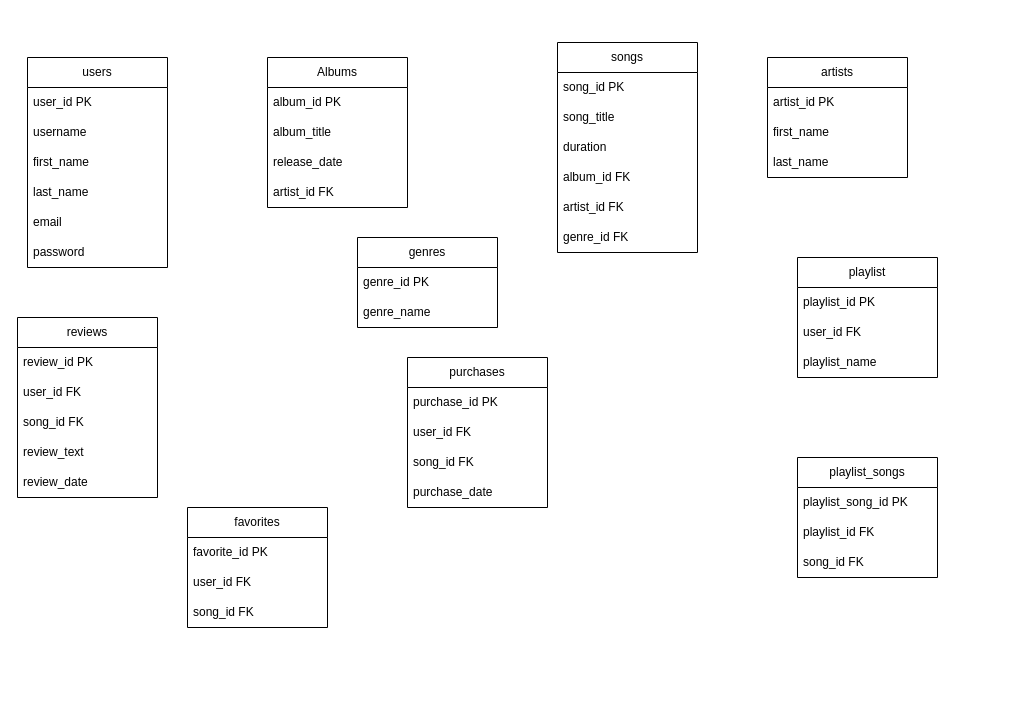
Above: db_project.drawio in MubarakBu/DB_PROJECT (draw.io), before the change. Source tidied: cells renumbered, new cells numbered last; positions are measured from the earlier drawing's top-left corner, leaving out a move shared by most shapes. Both pictures are drawn from the tidied source at 100%, with x=0, y=0 at pixel (17, 42).
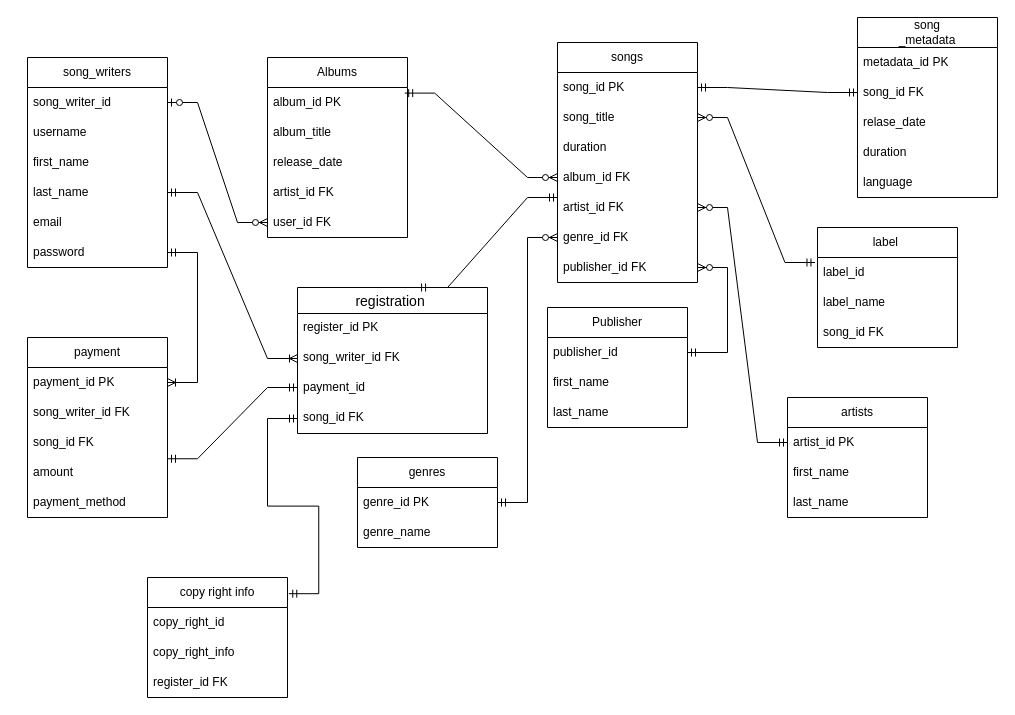
Above is the later version.

Unchanged cells that the change refers to:
```xml
<mxCell id="6" value="last_name" style="text;strokeColor=none;fillColor=none;align=left;verticalAlign=middle;spacingLeft=4;spacingRight=4;overflow=hidden;points=[[0,0.5],[1,0.5]];portConstraint=eastwest;whiteSpace=wrap;html=1;imageHeight=24;" parent="2" vertex="1">
  <mxGeometry y="120" width="140" height="30" as="geometry" />
</mxCell>
<mxCell id="8" value="password" style="text;strokeColor=none;fillColor=none;align=left;verticalAlign=middle;spacingLeft=4;spacingRight=4;overflow=hidden;points=[[0,0.5],[1,0.5]];portConstraint=eastwest;whiteSpace=wrap;html=1;imageHeight=24;" parent="2" vertex="1">
  <mxGeometry y="180" width="140" height="30" as="geometry" />
</mxCell>
<mxCell id="10" value="album_id PK" style="text;strokeColor=none;fillColor=none;align=left;verticalAlign=middle;spacingLeft=4;spacingRight=4;overflow=hidden;points=[[0,0.5],[1,0.5]];portConstraint=eastwest;whiteSpace=wrap;html=1;" parent="9" vertex="1">
  <mxGeometry y="30" width="140" height="30" as="geometry" />
</mxCell>
<mxCell id="15" value="song_id PK" style="text;strokeColor=none;fillColor=none;align=left;verticalAlign=middle;spacingLeft=4;spacingRight=4;overflow=hidden;points=[[0,0.5],[1,0.5]];portConstraint=eastwest;whiteSpace=wrap;html=1;" parent="14" vertex="1">
  <mxGeometry y="30" width="140" height="30" as="geometry" />
</mxCell>
<mxCell id="16" value="song_title" style="text;strokeColor=none;fillColor=none;align=left;verticalAlign=middle;spacingLeft=4;spacingRight=4;overflow=hidden;points=[[0,0.5],[1,0.5]];portConstraint=eastwest;whiteSpace=wrap;html=1;" parent="14" vertex="1">
  <mxGeometry y="60" width="140" height="30" as="geometry" />
</mxCell>
<mxCell id="18" value="album_id FK" style="text;strokeColor=none;fillColor=none;align=left;verticalAlign=middle;spacingLeft=4;spacingRight=4;overflow=hidden;points=[[0,0.5],[1,0.5]];portConstraint=eastwest;whiteSpace=wrap;html=1;" parent="14" vertex="1">
  <mxGeometry y="120" width="140" height="30" as="geometry" />
</mxCell>
<mxCell id="19" value="artist_id FK" style="text;strokeColor=none;fillColor=none;align=left;verticalAlign=middle;spacingLeft=4;spacingRight=4;overflow=hidden;points=[[0,0.5],[1,0.5]];portConstraint=eastwest;whiteSpace=wrap;html=1;" parent="14" vertex="1">
  <mxGeometry y="150" width="140" height="30" as="geometry" />
</mxCell>
<mxCell id="33" value="artist_id PK" style="text;strokeColor=none;fillColor=none;align=left;verticalAlign=middle;spacingLeft=4;spacingRight=4;overflow=hidden;points=[[0,0.5],[1,0.5]];portConstraint=eastwest;whiteSpace=wrap;html=1;" parent="32" vertex="1">
  <mxGeometry y="30" width="140" height="30" as="geometry" />
</mxCell>
<mxCell id="41" value="genre_id PK" style="text;strokeColor=none;fillColor=none;align=left;verticalAlign=middle;spacingLeft=4;spacingRight=4;overflow=hidden;points=[[0,0.5],[1,0.5]];portConstraint=eastwest;whiteSpace=wrap;html=1;" parent="40" vertex="1">
  <mxGeometry y="30" width="140" height="30" as="geometry" />
</mxCell>
```

What changed in the source:
```diff
@@
-    <mxCell id="2" value="users" style="swimlane;fontStyle=0;horizontal=1;startSize=30;whiteSpace=wrap;html=1;" parent="1" vertex="1">
+    <mxCell id="2" value="song_writers" style="swimlane;fontStyle=0;horizontal=1;startSize=30;whiteSpace=wrap;html=1;" parent="1" vertex="1">
       <mxGeometry x="10" y="15" width="140" height="210" as="geometry" />
     </mxCell>
-    <mxCell id="3" value="user_id PK" style="text;strokeColor=none;fillColor=none;align=left;verticalAlign=middle;spacingLeft=4;spacingRight=4;overflow=hidden;points=[[0,0.5],[1,0.5]];portConstraint=eastwest;whiteSpace=wrap;html=1;" parent="2" vertex="1">
+    <mxCell id="3" value="song_writer_id" style="text;strokeColor=none;fillColor=none;align=left;verticalAlign=middle;spacingLeft=4;spacingRight=4;overflow=hidden;points=[[0,0.5],[1,0.5]];portConstraint=eastwest;whiteSpace=wrap;html=1;" parent="2" vertex="1">
       <mxGeometry y="30" width="140" height="30" as="geometry" />
     </mxCell>
@@
     <mxCell id="9" value="Albums" style="swimlane;fontStyle=0;horizontal=1;startSize=30;whiteSpace=wrap;html=1;" parent="1" vertex="1">
-      <mxGeometry x="250" y="15" width="140" height="150" as="geometry" />
+      <mxGeometry x="250" y="15" width="140" height="180" as="geometry" />
     </mxCell>
@@
+    <mxCell id="51" value="user_id FK" style="text;strokeColor=none;fillColor=none;align=left;verticalAlign=middle;spacingLeft=4;spacingRight=4;overflow=hidden;points=[[0,0.5],[1,0.5]];portConstraint=eastwest;whiteSpace=wrap;html=1;" parent="9" vertex="1">
+      <mxGeometry y="150" width="140" height="30" as="geometry" />
+    </mxCell>
     <mxCell id="14" value="songs" style="swimlane;fontStyle=0;horizontal=1;startSize=30;whiteSpace=wrap;html=1;" parent="1" vertex="1">
-      <mxGeometry x="540" width="140" height="210" as="geometry" />
+      <mxGeometry x="540" width="140" height="240" as="geometry" />
     </mxCell>
@@
-    <mxCell id="21" value="reviews" style="swimlane;fontStyle=0;horizontal=1;startSize=30;whiteSpace=wrap;html=1;" parent="1" vertex="1">
-      <mxGeometry y="275" width="140" height="180" as="geometry" />
-    </mxCell>
-    <mxCell id="22" value="review_id PK" style="text;strokeColor=none;fillColor=none;align=left;verticalAlign=middle;spacingLeft=4;spacingRight=4;overflow=hidden;whiteSpace=wrap;html=1;" parent="21" vertex="1">
-      <mxGeometry y="30" width="140" height="30" as="geometry" />
-    </mxCell>
-    <mxCell id="23" value="user_id FK" style="text;strokeColor=none;fillColor=none;align=left;verticalAlign=middle;spacingLeft=4;spacingRight=4;overflow=hidden;whiteSpace=wrap;html=1;" parent="21" vertex="1">
-      <mxGeometry y="60" width="140" height="30" as="geometry" />
-    </mxCell>
-    <mxCell id="24" value="song_id FK" style="text;strokeColor=none;fillColor=none;align=left;verticalAlign=middle;spacingLeft=4;spacingRight=4;overflow=hidden;whiteSpace=wrap;html=1;" parent="21" vertex="1">
-      <mxGeometry y="90" width="140" height="30" as="geometry" />
-    </mxCell>
-    <mxCell id="25" value="review_text" style="text;strokeColor=none;fillColor=none;align=left;verticalAlign=middle;spacingLeft=4;spacingRight=4;overflow=hidden;whiteSpace=wrap;html=1;" parent="21" vertex="1">
-      <mxGeometry y="120" width="140" height="30" as="geometry" />
-    </mxCell>
-    <mxCell id="26" value="review_date" style="text;strokeColor=none;fillColor=none;align=left;verticalAlign=middle;spacingLeft=4;spacingRight=4;overflow=hidden;whiteSpace=wrap;html=1;" parent="21" vertex="1">
-      <mxGeometry y="150" width="140" height="30" as="geometry" />
-    </mxCell>
+    <mxCell id="52" value="publisher_id FK" style="text;strokeColor=none;fillColor=none;align=left;verticalAlign=middle;spacingLeft=4;spacingRight=4;overflow=hidden;points=[[0,0.5],[1,0.5]];portConstraint=eastwest;whiteSpace=wrap;html=1;" parent="14" vertex="1">
+      <mxGeometry y="210" width="140" height="30" as="geometry" />
+    </mxCell>
-    <mxCell id="27" value="purchases" style="swimlane;fontStyle=0;horizontal=1;startSize=30;whiteSpace=wrap;html=1;" parent="1" vertex="1">
-      <mxGeometry x="390" y="315" width="140" height="150" as="geometry" />
+    <mxCell id="27" value="payment" style="swimlane;fontStyle=0;horizontal=1;startSize=30;whiteSpace=wrap;html=1;" parent="1" vertex="1">
+      <mxGeometry x="10" y="295" width="140" height="180" as="geometry" />
     </mxCell>
-    <mxCell id="28" value="purchase_id PK" style="text;strokeColor=none;fillColor=none;align=left;verticalAlign=middle;spacingLeft=4;spacingRight=4;overflow=hidden;whiteSpace=wrap;html=1;" parent="27" vertex="1">
+    <mxCell id="28" value="payment_id PK" style="text;strokeColor=none;fillColor=none;align=left;verticalAlign=middle;spacingLeft=4;spacingRight=4;overflow=hidden;whiteSpace=wrap;html=1;" parent="27" vertex="1">
       <mxGeometry y="30" width="140" height="30" as="geometry" />
     </mxCell>
-    <mxCell id="29" value="user_id FK" style="text;strokeColor=none;fillColor=none;align=left;verticalAlign=middle;spacingLeft=4;spacingRight=4;overflow=hidden;whiteSpace=wrap;html=1;" parent="27" vertex="1">
+    <mxCell id="29" value="song_writer_id FK" style="text;strokeColor=none;fillColor=none;align=left;verticalAlign=middle;spacingLeft=4;spacingRight=4;overflow=hidden;whiteSpace=wrap;html=1;" parent="27" vertex="1">
       <mxGeometry y="60" width="140" height="30" as="geometry" />
     </mxCell>
@@
-    <mxCell id="31" value="purchase_date" style="text;strokeColor=none;fillColor=none;align=left;verticalAlign=middle;spacingLeft=4;spacingRight=4;overflow=hidden;points=[[0,0.5],[1,0.5]];portConstraint=eastwest;whiteSpace=wrap;html=1;" parent="27" vertex="1">
+    <mxCell id="31" value="amount" style="text;strokeColor=none;fillColor=none;align=left;verticalAlign=middle;spacingLeft=4;spacingRight=4;overflow=hidden;points=[[0,0.5],[1,0.5]];portConstraint=eastwest;whiteSpace=wrap;html=1;" parent="27" vertex="1">
       <mxGeometry y="120" width="140" height="30" as="geometry" />
     </mxCell>
+    <mxCell id="53" value="payment_method" style="text;strokeColor=none;fillColor=none;align=left;verticalAlign=middle;spacingLeft=4;spacingRight=4;overflow=hidden;whiteSpace=wrap;html=1;" parent="27" vertex="1">
+      <mxGeometry y="150" width="140" height="30" as="geometry" />
+    </mxCell>
     <mxCell id="32" value="artists" style="swimlane;fontStyle=0;horizontal=1;startSize=30;whiteSpace=wrap;html=1;" parent="1" vertex="1">
-      <mxGeometry x="750" y="15" width="140" height="120" as="geometry" />
+      <mxGeometry x="770" y="355" width="140" height="120" as="geometry" />
     </mxCell>
@@
-    <mxCell id="36" value="favorites" style="swimlane;fontStyle=0;horizontal=1;startSize=30;whiteSpace=wrap;html=1;" parent="1" vertex="1">
-      <mxGeometry x="170" y="465" width="140" height="120" as="geometry" />
-    </mxCell>
-    <mxCell id="37" value="favorite_id PK" style="text;strokeColor=none;fillColor=none;align=left;verticalAlign=middle;spacingLeft=4;spacingRight=4;overflow=hidden;whiteSpace=wrap;html=1;" parent="36" vertex="1">
-      <mxGeometry y="30" width="140" height="30" as="geometry" />
-    </mxCell>
-    <mxCell id="38" value="user_id FK" style="text;strokeColor=none;fillColor=none;align=left;verticalAlign=middle;spacingLeft=4;spacingRight=4;overflow=hidden;whiteSpace=wrap;html=1;" parent="36" vertex="1">
-      <mxGeometry y="60" width="140" height="30" as="geometry" />
-    </mxCell>
-    <mxCell id="39" value="song_id FK" style="text;strokeColor=none;fillColor=none;align=left;verticalAlign=middle;spacingLeft=4;spacingRight=4;overflow=hidden;whiteSpace=wrap;html=1;" parent="36" vertex="1">
-      <mxGeometry y="90" width="140" height="30" as="geometry" />
-    </mxCell>
     <mxCell id="40" value="genres" style="swimlane;fontStyle=0;horizontal=1;startSize=30;whiteSpace=wrap;html=1;" parent="1" vertex="1">
-      <mxGeometry x="340" y="195" width="140" height="90" as="geometry" />
+      <mxGeometry x="340" y="415" width="140" height="90" as="geometry" />
     </mxCell>
@@
-    <mxCell id="43" value="playlist" style="swimlane;fontStyle=0;horizontal=1;startSize=30;whiteSpace=wrap;html=1;" parent="1" vertex="1">
-      <mxGeometry x="780" y="215" width="140" height="120" as="geometry" />
-    </mxCell>
-    <mxCell id="44" value="playlist_id PK" style="text;strokeColor=none;fillColor=none;align=left;verticalAlign=middle;spacingLeft=4;spacingRight=4;overflow=hidden;whiteSpace=wrap;html=1;" parent="43" vertex="1">
-      <mxGeometry y="30" width="140" height="30" as="geometry" />
-    </mxCell>
-    <mxCell id="45" value="user_id FK" style="text;strokeColor=none;fillColor=none;align=left;verticalAlign=middle;spacingLeft=4;spacingRight=4;overflow=hidden;whiteSpace=wrap;html=1;" parent="43" vertex="1">
-      <mxGeometry y="60" width="140" height="30" as="geometry" />
-    </mxCell>
-    <mxCell id="46" value="playlist_name" style="text;strokeColor=none;fillColor=none;align=left;verticalAlign=middle;spacingLeft=4;spacingRight=4;overflow=hidden;whiteSpace=wrap;html=1;" parent="43" vertex="1">
-      <mxGeometry y="90" width="140" height="30" as="geometry" />
-    </mxCell>
-    <mxCell id="47" value="playlist_songs" style="swimlane;fontStyle=0;horizontal=1;startSize=30;whiteSpace=wrap;html=1;" parent="1" vertex="1">
-      <mxGeometry x="780" y="415" width="140" height="120" as="geometry" />
-    </mxCell>
-    <mxCell id="48" value="playlist_song_id PK" style="text;strokeColor=none;fillColor=none;align=left;verticalAlign=middle;spacingLeft=4;spacingRight=4;overflow=hidden;whiteSpace=wrap;html=1;" parent="47" vertex="1">
-      <mxGeometry y="30" width="140" height="30" as="geometry" />
-    </mxCell>
-    <mxCell id="49" value="playlist_id FK" style="text;strokeColor=none;fillColor=none;align=left;verticalAlign=middle;spacingLeft=4;spacingRight=4;overflow=hidden;whiteSpace=wrap;html=1;" parent="47" vertex="1">
-      <mxGeometry y="60" width="140" height="30" as="geometry" />
-    </mxCell>
-    <mxCell id="50" value="song_id FK" style="text;strokeColor=none;fillColor=none;align=left;verticalAlign=middle;spacingLeft=4;spacingRight=4;overflow=hidden;whiteSpace=wrap;html=1;" parent="47" vertex="1">
-      <mxGeometry y="90" width="140" height="30" as="geometry" />
-    </mxCell>
+    <mxCell id="54" style="edgeStyle=entityRelationEdgeStyle;fontSize=12;html=1;endArrow=ERzeroToMany;startArrow=ERzeroToOne;rounded=0;entryX=0;entryY=0.5;entryDx=0;entryDy=0;" parent="1" edge="1" source="3" target="51">
+      <mxGeometry relative="1" as="geometry" />
+    </mxCell>
+    <mxCell id="55" style="edgeStyle=entityRelationEdgeStyle;fontSize=12;html=1;endArrow=ERzeroToMany;startArrow=ERmandOne;rounded=0;exitX=0.98;exitY=0.187;exitDx=0;exitDy=0;exitPerimeter=0;" parent="1" edge="1" source="10" target="18">
+      <mxGeometry relative="1" as="geometry">
+        <Array as="points">
+          <mxPoint x="510" y="65" />
+        </Array>
+      </mxGeometry>
+    </mxCell>
+    <mxCell id="56" style="edgeStyle=entityRelationEdgeStyle;fontSize=12;html=1;endArrow=ERzeroToMany;startArrow=ERmandOne;rounded=0;exitX=0;exitY=0.5;exitDx=0;exitDy=0;" parent="1" edge="1" source="33" target="19">
+      <mxGeometry relative="1" as="geometry" />
+    </mxCell>
+    <mxCell id="57" style="edgeStyle=entityRelationEdgeStyle;fontSize=12;html=1;endArrow=ERzeroToMany;startArrow=ERmandOne;rounded=0;exitX=1;exitY=0.5;exitDx=0;exitDy=0;" parent="1" edge="1" source="41">
+      <mxGeometry relative="1" as="geometry">
+        <mxPoint x="540" y="195" as="targetPoint" />
+      </mxGeometry>
+    </mxCell>
+    <mxCell id="58" value="Publisher" style="swimlane;fontStyle=0;horizontal=1;startSize=30;whiteSpace=wrap;html=1;" parent="1" vertex="1">
+      <mxGeometry x="530" y="265" width="140" height="120" as="geometry" />
+    </mxCell>
+    <mxCell id="59" value="publisher_id" style="text;strokeColor=none;fillColor=none;align=left;verticalAlign=middle;spacingLeft=4;spacingRight=4;overflow=hidden;points=[[0,0.5],[1,0.5]];portConstraint=eastwest;whiteSpace=wrap;html=1;" parent="58" vertex="1">
+      <mxGeometry y="30" width="140" height="30" as="geometry" />
+    </mxCell>
+    <mxCell id="60" value="first_name" style="text;strokeColor=none;fillColor=none;align=left;verticalAlign=middle;spacingLeft=4;spacingRight=4;overflow=hidden;whiteSpace=wrap;html=1;" parent="58" vertex="1">
+      <mxGeometry y="60" width="140" height="30" as="geometry" />
+    </mxCell>
+    <mxCell id="61" value="last_name" style="text;strokeColor=none;fillColor=none;align=left;verticalAlign=middle;spacingLeft=4;spacingRight=4;overflow=hidden;whiteSpace=wrap;html=1;" parent="58" vertex="1">
+      <mxGeometry y="90" width="140" height="30" as="geometry" />
+    </mxCell>
+    <mxCell id="62" style="edgeStyle=entityRelationEdgeStyle;fontSize=12;html=1;endArrow=ERzeroToMany;startArrow=ERmandOne;rounded=0;exitX=1;exitY=0.5;exitDx=0;exitDy=0;" parent="1" edge="1" source="59" target="52">
+      <mxGeometry relative="1" as="geometry" />
+    </mxCell>
+    <mxCell id="63" value="copy right info" style="swimlane;fontStyle=0;horizontal=1;startSize=30;whiteSpace=wrap;html=1;" parent="1" vertex="1">
+      <mxGeometry x="130" y="535" width="140" height="120" as="geometry" />
+    </mxCell>
+    <mxCell id="64" value="copy_right_id" style="text;strokeColor=none;fillColor=none;align=left;verticalAlign=middle;spacingLeft=4;spacingRight=4;overflow=hidden;whiteSpace=wrap;html=1;" parent="63" vertex="1">
+      <mxGeometry y="30" width="140" height="30" as="geometry" />
+    </mxCell>
+    <mxCell id="65" value="copy_right_info" style="text;strokeColor=none;fillColor=none;align=left;verticalAlign=middle;spacingLeft=4;spacingRight=4;overflow=hidden;whiteSpace=wrap;html=1;" parent="63" vertex="1">
+      <mxGeometry y="60" width="140" height="30" as="geometry" />
+    </mxCell>
+    <mxCell id="66" value="register_id FK" style="text;strokeColor=none;fillColor=none;align=left;verticalAlign=middle;spacingLeft=4;spacingRight=4;overflow=hidden;whiteSpace=wrap;html=1;" parent="63" vertex="1">
+      <mxGeometry y="90" width="140" height="30" as="geometry" />
+    </mxCell>
+    <mxCell id="67" value="label&amp;nbsp;" style="swimlane;fontStyle=0;horizontal=1;startSize=30;whiteSpace=wrap;html=1;" parent="1" vertex="1">
+      <mxGeometry x="800" y="185" width="140" height="120" as="geometry" />
+    </mxCell>
+    <mxCell id="68" value="label_id" style="text;strokeColor=none;fillColor=none;align=left;verticalAlign=middle;spacingLeft=4;spacingRight=4;overflow=hidden;points=[[0,0.5],[1,0.5]];portConstraint=eastwest;whiteSpace=wrap;html=1;" parent="67" vertex="1">
+      <mxGeometry y="30" width="140" height="30" as="geometry" />
+    </mxCell>
+    <mxCell id="69" value="label_name" style="text;strokeColor=none;fillColor=none;align=left;verticalAlign=middle;spacingLeft=4;spacingRight=4;overflow=hidden;whiteSpace=wrap;html=1;" parent="67" vertex="1">
+      <mxGeometry y="60" width="140" height="30" as="geometry" />
+    </mxCell>
+    <mxCell id="70" value="song_id FK" style="text;strokeColor=none;fillColor=none;align=left;verticalAlign=middle;spacingLeft=4;spacingRight=4;overflow=hidden;whiteSpace=wrap;html=1;" parent="67" vertex="1">
+      <mxGeometry y="90" width="140" height="30" as="geometry" />
+    </mxCell>
+    <mxCell id="71" value="song&lt;div&gt;_metadata&lt;/div&gt;" style="swimlane;fontStyle=0;horizontal=1;startSize=30;whiteSpace=wrap;html=1;" parent="1" vertex="1">
+      <mxGeometry x="840" y="-25" width="140" height="180" as="geometry" />
+    </mxCell>
+    <mxCell id="72" value="metadata_id PK" style="text;strokeColor=none;fillColor=none;align=left;verticalAlign=middle;spacingLeft=4;spacingRight=4;overflow=hidden;whiteSpace=wrap;html=1;" parent="71" vertex="1">
+      <mxGeometry y="30" width="140" height="30" as="geometry" />
+    </mxCell>
+    <mxCell id="73" value="song_id FK" style="text;strokeColor=none;fillColor=none;align=left;verticalAlign=middle;spacingLeft=4;spacingRight=4;overflow=hidden;points=[[0,0.5],[1,0.5]];portConstraint=eastwest;whiteSpace=wrap;html=1;" parent="71" vertex="1">
+      <mxGeometry y="60" width="140" height="30" as="geometry" />
+    </mxCell>
+    <mxCell id="74" value="relase_date" style="text;strokeColor=none;fillColor=none;align=left;verticalAlign=middle;spacingLeft=4;spacingRight=4;overflow=hidden;whiteSpace=wrap;html=1;" parent="71" vertex="1">
+      <mxGeometry y="90" width="140" height="30" as="geometry" />
+    </mxCell>
+    <mxCell id="75" value="duration" style="text;strokeColor=none;fillColor=none;align=left;verticalAlign=middle;spacingLeft=4;spacingRight=4;overflow=hidden;whiteSpace=wrap;html=1;" parent="71" vertex="1">
+      <mxGeometry y="120" width="140" height="30" as="geometry" />
+    </mxCell>
+    <mxCell id="76" value="language" style="text;strokeColor=none;fillColor=none;align=left;verticalAlign=middle;spacingLeft=4;spacingRight=4;overflow=hidden;whiteSpace=wrap;html=1;" parent="71" vertex="1">
+      <mxGeometry y="150" width="140" height="30" as="geometry" />
+    </mxCell>
+    <mxCell id="77" style="edgeStyle=entityRelationEdgeStyle;fontSize=12;html=1;endArrow=ERmandOne;startArrow=ERmandOne;rounded=0;exitX=1;exitY=0.5;exitDx=0;exitDy=0;" parent="1" edge="1" source="15" target="73">
+      <mxGeometry relative="1" as="geometry" />
+    </mxCell>
+    <mxCell id="78" style="edgeStyle=entityRelationEdgeStyle;fontSize=12;html=1;endArrow=ERoneToMany;startArrow=ERmandOne;rounded=0;exitX=1;exitY=0.5;exitDx=0;exitDy=0;entryX=1;entryY=0.25;entryDx=0;entryDy=0;" parent="1" edge="1" source="8" target="27">
+      <mxGeometry relative="1" as="geometry">
+        <Array as="points">
+          <mxPoint x="-70" y="295" />
+          <mxPoint x="-70" y="225" />
+          <mxPoint x="-50" y="355" />
+        </Array>
+      </mxGeometry>
+    </mxCell>
+    <mxCell id="79" value="registration " style="swimlane;fontStyle=0;horizontal=1;startSize=26;align=center;fontSize=14;" parent="1" vertex="1">
+      <mxGeometry x="280" y="245" width="190" height="146" as="geometry" />
+    </mxCell>
+    <mxCell id="80" value="register_id PK" style="text;strokeColor=none;fillColor=none;spacingLeft=4;spacingRight=4;overflow=hidden;fontSize=12;whiteSpace=wrap;html=1;" parent="79" vertex="1">
+      <mxGeometry y="26" width="190" height="30" as="geometry" />
+    </mxCell>
+    <mxCell id="81" value="song_writer_id FK" style="text;strokeColor=none;fillColor=none;spacingLeft=4;spacingRight=4;overflow=hidden;points=[[0,0.5],[1,0.5]];portConstraint=eastwest;fontSize=12;whiteSpace=wrap;html=1;" parent="79" vertex="1">
+      <mxGeometry y="56" width="190" height="30" as="geometry" />
+    </mxCell>
+    <mxCell id="82" value="payment_id" style="text;strokeColor=none;fillColor=none;spacingLeft=4;spacingRight=4;overflow=hidden;fontSize=12;whiteSpace=wrap;html=1;" parent="79" vertex="1">
+      <mxGeometry y="86" width="190" height="30" as="geometry" />
+    </mxCell>
+    <mxCell id="83" value="song_id FK" style="text;strokeColor=none;fillColor=none;spacingLeft=4;spacingRight=4;overflow=hidden;points=[[0,0.5],[1,0.5]];portConstraint=eastwest;fontSize=12;whiteSpace=wrap;html=1;" parent="79" vertex="1">
+      <mxGeometry y="116" width="190" height="30" as="geometry" />
+    </mxCell>
+    <mxCell id="84" style="edgeStyle=entityRelationEdgeStyle;fontSize=12;html=1;endArrow=ERoneToMany;startArrow=ERmandOne;rounded=0;exitX=1;exitY=0.5;exitDx=0;exitDy=0;entryX=0;entryY=0.5;entryDx=0;entryDy=0;" parent="1" edge="1" source="6" target="81">
+      <mxGeometry relative="1" as="geometry" />
+    </mxCell>
+    <mxCell id="85" style="edgeStyle=entityRelationEdgeStyle;fontSize=12;html=1;endArrow=ERmandOne;startArrow=ERmandOne;rounded=0;exitX=1;exitY=0.042;exitDx=0;exitDy=0;exitPerimeter=0;" parent="1" edge="1" source="31">
+      <mxGeometry relative="1" as="geometry">
+        <mxPoint x="280" y="345" as="targetPoint" />
+      </mxGeometry>
+    </mxCell>
+    <mxCell id="86" style="edgeStyle=entityRelationEdgeStyle;fontSize=12;html=1;endArrow=ERmandOne;startArrow=ERmandOne;rounded=0;exitX=0.632;exitY=0;exitDx=0;exitDy=0;exitPerimeter=0;" parent="1" edge="1" source="79">
+      <mxGeometry relative="1" as="geometry">
+        <mxPoint x="540" y="155" as="targetPoint" />
+      </mxGeometry>
+    </mxCell>
+    <mxCell id="87" style="edgeStyle=entityRelationEdgeStyle;fontSize=12;html=1;endArrow=ERmandOne;startArrow=ERmandOne;rounded=0;entryX=0;entryY=0.5;entryDx=0;entryDy=0;exitX=1.009;exitY=0.135;exitDx=0;exitDy=0;exitPerimeter=0;" parent="1" edge="1" source="63" target="83">
+      <mxGeometry relative="1" as="geometry" />
+    </mxCell>
+    <mxCell id="88" style="edgeStyle=entityRelationEdgeStyle;fontSize=12;html=1;endArrow=ERzeroToMany;startArrow=ERmandOne;rounded=0;entryX=1;entryY=0.5;entryDx=0;entryDy=0;exitX=-0.018;exitY=0.167;exitDx=0;exitDy=0;exitPerimeter=0;" parent="1" edge="1" source="68" target="16">
+      <mxGeometry relative="1" as="geometry" />
+    </mxCell>
```
